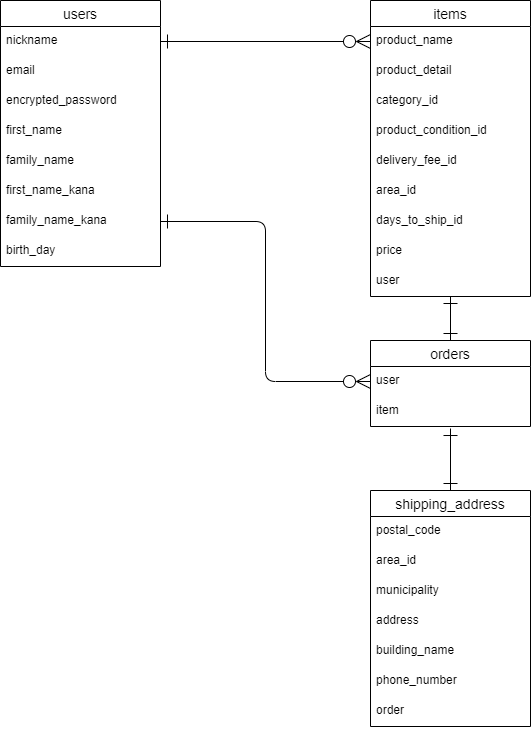
Above: db.png in nemonemoti/furima-38210 (draw.io), before the change. Source tidied: cells renumbered, new cells last; positions are measured from the earlier drawing's top-left corner, leaving out a move shared by most shapes. The source it was exported from:
```xml
<mxGraphModel>
  <root>
    <mxCell id="0" />
    <mxCell id="1" parent="0" />
    <mxCell id="2" value="users" style="swimlane;fontStyle=0;horizontal=1;startSize=26;align=center;fontSize=14;" parent="1" vertex="1">
      <mxGeometry width="160" height="266" as="geometry" />
    </mxCell>
    <mxCell id="3" value="nickname" style="text;strokeColor=none;fillColor=none;spacingLeft=4;spacingRight=4;overflow=hidden;points=[[0,0.5],[1,0.5]];portConstraint=eastwest;fontSize=12;" parent="2" vertex="1">
      <mxGeometry y="26" width="160" height="30" as="geometry" />
    </mxCell>
    <mxCell id="4" value="email" style="text;strokeColor=none;fillColor=none;spacingLeft=4;spacingRight=4;overflow=hidden;fontSize=12;" parent="2" vertex="1">
      <mxGeometry y="56" width="160" height="30" as="geometry" />
    </mxCell>
    <mxCell id="5" value="encrypted_password" style="text;strokeColor=none;fillColor=none;spacingLeft=4;spacingRight=4;overflow=hidden;fontSize=12;" parent="2" vertex="1">
      <mxGeometry y="86" width="160" height="30" as="geometry" />
    </mxCell>
    <mxCell id="6" value="first_name" style="text;strokeColor=none;fillColor=none;spacingLeft=4;spacingRight=4;overflow=hidden;fontSize=12;" parent="2" vertex="1">
      <mxGeometry y="116" width="160" height="30" as="geometry" />
    </mxCell>
    <mxCell id="7" value="family_name" style="text;strokeColor=none;fillColor=none;spacingLeft=4;spacingRight=4;overflow=hidden;fontSize=12;" parent="2" vertex="1">
      <mxGeometry y="146" width="160" height="30" as="geometry" />
    </mxCell>
    <mxCell id="8" value="first_name_kana" style="text;strokeColor=none;fillColor=none;spacingLeft=4;spacingRight=4;overflow=hidden;fontSize=12;" parent="2" vertex="1">
      <mxGeometry y="176" width="160" height="30" as="geometry" />
    </mxCell>
    <mxCell id="9" value="family_name_kana" style="text;strokeColor=none;fillColor=none;spacingLeft=4;spacingRight=4;overflow=hidden;points=[[0,0.5],[1,0.5]];portConstraint=eastwest;fontSize=12;" parent="2" vertex="1">
      <mxGeometry y="206" width="160" height="30" as="geometry" />
    </mxCell>
    <mxCell id="10" value="birth_day" style="text;strokeColor=none;fillColor=none;spacingLeft=4;spacingRight=4;overflow=hidden;fontSize=12;" parent="2" vertex="1">
      <mxGeometry y="236" width="160" height="30" as="geometry" />
    </mxCell>
    <mxCell id="11" value="items" style="swimlane;fontStyle=0;horizontal=1;startSize=26;align=center;fontSize=14;" parent="1" vertex="1">
      <mxGeometry x="370" width="160" height="296" as="geometry" />
    </mxCell>
    <mxCell id="12" value="product_name" style="text;strokeColor=none;fillColor=none;spacingLeft=4;spacingRight=4;overflow=hidden;points=[[0,0.5],[1,0.5]];portConstraint=eastwest;fontSize=12;" parent="11" vertex="1">
      <mxGeometry y="26" width="160" height="30" as="geometry" />
    </mxCell>
    <mxCell id="13" value="product_detail" style="text;strokeColor=none;fillColor=none;spacingLeft=4;spacingRight=4;overflow=hidden;fontSize=12;" parent="11" vertex="1">
      <mxGeometry y="56" width="160" height="30" as="geometry" />
    </mxCell>
    <mxCell id="14" value="category_id" style="text;strokeColor=none;fillColor=none;spacingLeft=4;spacingRight=4;overflow=hidden;fontSize=12;" parent="11" vertex="1">
      <mxGeometry y="86" width="160" height="30" as="geometry" />
    </mxCell>
    <mxCell id="15" value="product_condition_id" style="text;strokeColor=none;fillColor=none;spacingLeft=4;spacingRight=4;overflow=hidden;fontSize=12;" parent="11" vertex="1">
      <mxGeometry y="116" width="160" height="30" as="geometry" />
    </mxCell>
    <mxCell id="16" value="delivery_fee_id" style="text;strokeColor=none;fillColor=none;spacingLeft=4;spacingRight=4;overflow=hidden;fontSize=12;" parent="11" vertex="1">
      <mxGeometry y="146" width="160" height="30" as="geometry" />
    </mxCell>
    <mxCell id="17" value="area_id" style="text;strokeColor=none;fillColor=none;spacingLeft=4;spacingRight=4;overflow=hidden;fontSize=12;" parent="11" vertex="1">
      <mxGeometry y="176" width="160" height="30" as="geometry" />
    </mxCell>
    <mxCell id="18" value="days_to_ship_id" style="text;strokeColor=none;fillColor=none;spacingLeft=4;spacingRight=4;overflow=hidden;fontSize=12;" parent="11" vertex="1">
      <mxGeometry y="206" width="160" height="30" as="geometry" />
    </mxCell>
    <mxCell id="19" value="price" style="text;strokeColor=none;fillColor=none;spacingLeft=4;spacingRight=4;overflow=hidden;fontSize=12;" parent="11" vertex="1">
      <mxGeometry y="236" width="160" height="30" as="geometry" />
    </mxCell>
    <mxCell id="20" value="user" style="text;strokeColor=none;fillColor=none;spacingLeft=4;spacingRight=4;overflow=hidden;points=[[0,0.5],[1,0.5]];portConstraint=eastwest;fontSize=12;" parent="11" vertex="1">
      <mxGeometry y="266" width="160" height="30" as="geometry" />
    </mxCell>
    <mxCell id="21" style="edgeStyle=none;html=1;exitX=0.5;exitY=0;exitDx=0;exitDy=0;endSize=12;startSize=12;endArrow=ERone;endFill=0;startArrow=ERone;startFill=0;" parent="1" edge="1" source="22" target="20">
      <mxGeometry relative="1" as="geometry" />
    </mxCell>
    <mxCell id="22" value="orders" style="swimlane;fontStyle=0;horizontal=1;startSize=26;align=center;fontSize=14;" parent="1" vertex="1">
      <mxGeometry x="370" y="340" width="160" height="86" as="geometry" />
    </mxCell>
    <mxCell id="23" value="user" style="text;strokeColor=none;fillColor=none;spacingLeft=4;spacingRight=4;overflow=hidden;points=[[0,0.5],[1,0.5]];portConstraint=eastwest;fontSize=12;" parent="22" vertex="1">
      <mxGeometry y="26" width="160" height="30" as="geometry" />
    </mxCell>
    <mxCell id="24" value="item" style="text;strokeColor=none;fillColor=none;spacingLeft=4;spacingRight=4;overflow=hidden;points=[[0,0.5],[1,0.5]];portConstraint=eastwest;fontSize=12;" parent="22" vertex="1">
      <mxGeometry y="56" width="160" height="30" as="geometry" />
    </mxCell>
    <mxCell id="25" value="shipping_address" style="swimlane;fontStyle=0;horizontal=1;startSize=26;align=center;fontSize=14;" parent="1" vertex="1">
      <mxGeometry x="370" y="490" width="160" height="236" as="geometry" />
    </mxCell>
    <mxCell id="26" value="postal_code" style="text;strokeColor=none;fillColor=none;spacingLeft=4;spacingRight=4;overflow=hidden;fontSize=12;" parent="25" vertex="1">
      <mxGeometry y="26" width="160" height="30" as="geometry" />
    </mxCell>
    <mxCell id="27" value="area_id" style="text;strokeColor=none;fillColor=none;spacingLeft=4;spacingRight=4;overflow=hidden;fontSize=12;" parent="25" vertex="1">
      <mxGeometry y="56" width="160" height="30" as="geometry" />
    </mxCell>
    <mxCell id="28" value="municipality" style="text;strokeColor=none;fillColor=none;spacingLeft=4;spacingRight=4;overflow=hidden;fontSize=12;" parent="25" vertex="1">
      <mxGeometry y="86" width="160" height="30" as="geometry" />
    </mxCell>
    <mxCell id="29" value="address" style="text;strokeColor=none;fillColor=none;spacingLeft=4;spacingRight=4;overflow=hidden;fontSize=12;" parent="25" vertex="1">
      <mxGeometry y="116" width="160" height="30" as="geometry" />
    </mxCell>
    <mxCell id="30" value="building_name" style="text;strokeColor=none;fillColor=none;spacingLeft=4;spacingRight=4;overflow=hidden;fontSize=12;" parent="25" vertex="1">
      <mxGeometry y="146" width="160" height="30" as="geometry" />
    </mxCell>
    <mxCell id="31" value="phone_number" style="text;strokeColor=none;fillColor=none;spacingLeft=4;spacingRight=4;overflow=hidden;fontSize=12;" parent="25" vertex="1">
      <mxGeometry y="176" width="160" height="30" as="geometry" />
    </mxCell>
    <mxCell id="32" value="order" style="text;strokeColor=none;fillColor=none;spacingLeft=4;spacingRight=4;overflow=hidden;fontSize=12;" parent="25" vertex="1">
      <mxGeometry y="206" width="160" height="30" as="geometry" />
    </mxCell>
    <mxCell id="33" style="edgeStyle=none;html=1;entryX=0.5;entryY=0;entryDx=0;entryDy=0;exitX=0.5;exitY=1.067;exitDx=0;exitDy=0;exitPerimeter=0;endSize=12;startSize=12;endArrow=ERone;endFill=0;startArrow=ERone;startFill=0;" parent="1" edge="1" source="24" target="25">
      <mxGeometry relative="1" as="geometry" />
    </mxCell>
    <mxCell id="34" style="edgeStyle=none;html=1;exitX=1;exitY=0.5;exitDx=0;exitDy=0;entryX=0;entryY=0.5;entryDx=0;entryDy=0;endArrow=ERzeroToMany;endFill=0;endSize=12;startSize=12;startArrow=ERone;startFill=0;" parent="1" edge="1" source="3" target="12">
      <mxGeometry relative="1" as="geometry" />
    </mxCell>
    <mxCell id="35" style="edgeStyle=orthogonalEdgeStyle;html=1;exitX=1;exitY=0.5;exitDx=0;exitDy=0;entryX=0;entryY=0.5;entryDx=0;entryDy=0;endArrow=ERzeroToMany;endFill=0;endSize=12;startSize=12;startArrow=ERone;startFill=0;jumpSize=6;" parent="1" edge="1" source="9" target="23">
      <mxGeometry relative="1" as="geometry" />
    </mxCell>
  </root>
</mxGraphModel>
```
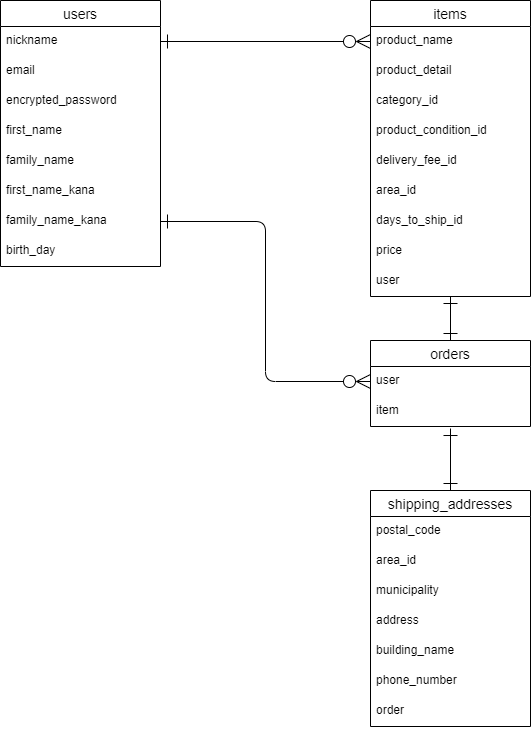
The same file after the commit.

Diff of the diagram source:
```diff
@@ -71,7 +71,7 @@
     <mxCell id="24" value="item" style="text;strokeColor=none;fillColor=none;spacingLeft=4;spacingRight=4;overflow=hidden;points=[[0,0.5],[1,0.5]];portConstraint=eastwest;fontSize=12;" parent="22" vertex="1">
       <mxGeometry y="56" width="160" height="30" as="geometry" />
     </mxCell>
-    <mxCell id="25" value="shipping_address" style="swimlane;fontStyle=0;horizontal=1;startSize=26;align=center;fontSize=14;" parent="1" vertex="1">
+    <mxCell id="25" value="shipping_addresses" style="swimlane;fontStyle=0;horizontal=1;startSize=26;align=center;fontSize=14;" parent="1" vertex="1">
       <mxGeometry x="370" y="490" width="160" height="236" as="geometry" />
     </mxCell>
     <mxCell id="26" value="postal_code" style="text;strokeColor=none;fillColor=none;spacingLeft=4;spacingRight=4;overflow=hidden;fontSize=12;" parent="25" vertex="1">
```
